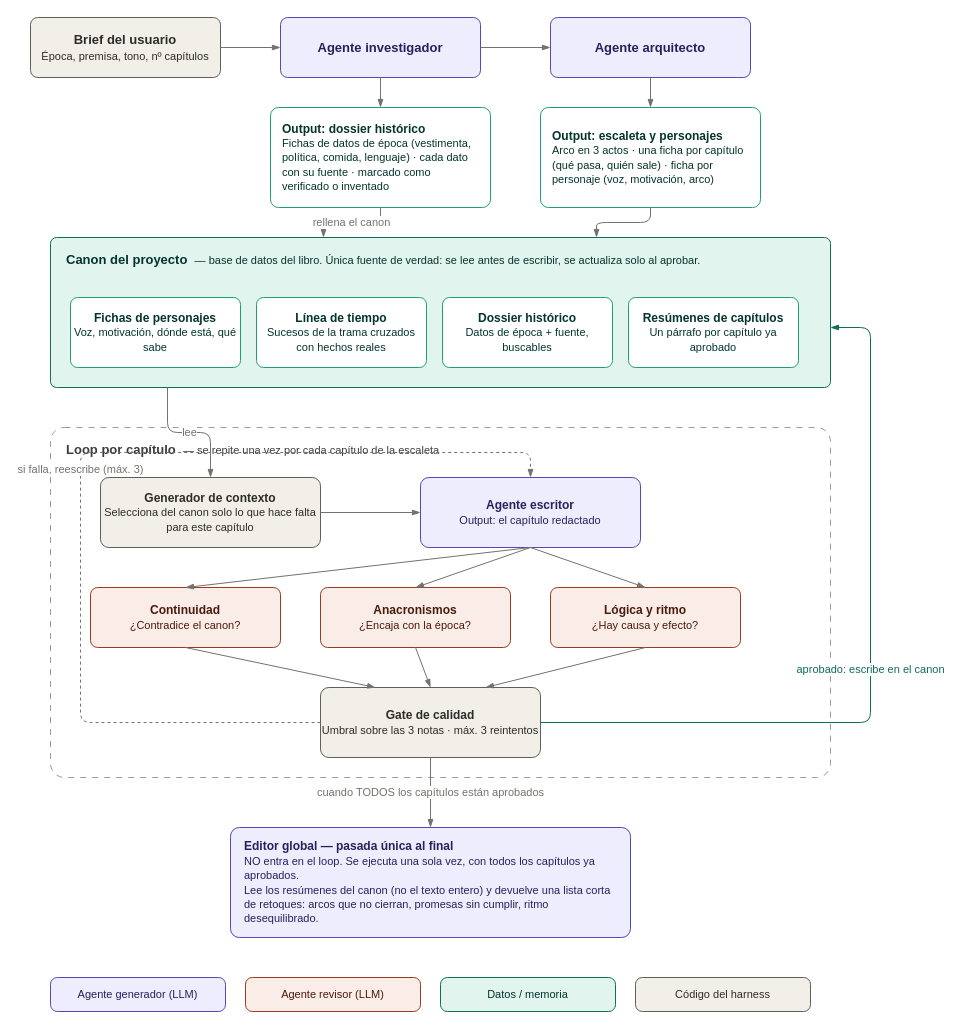
Above: docs/diagrama/sistema-novelas-historicas-v2.drawio in alvarofernandezqaracter/my-story-maker (draw.io), before the change. Source tidied: cells renumbered, new cells numbered last; positions are measured from the earlier drawing's top-left corner, leaving out a move shared by most shapes. Both pictures are drawn from the tidied source at 100%, with x=0, y=0 at pixel (30, 17).
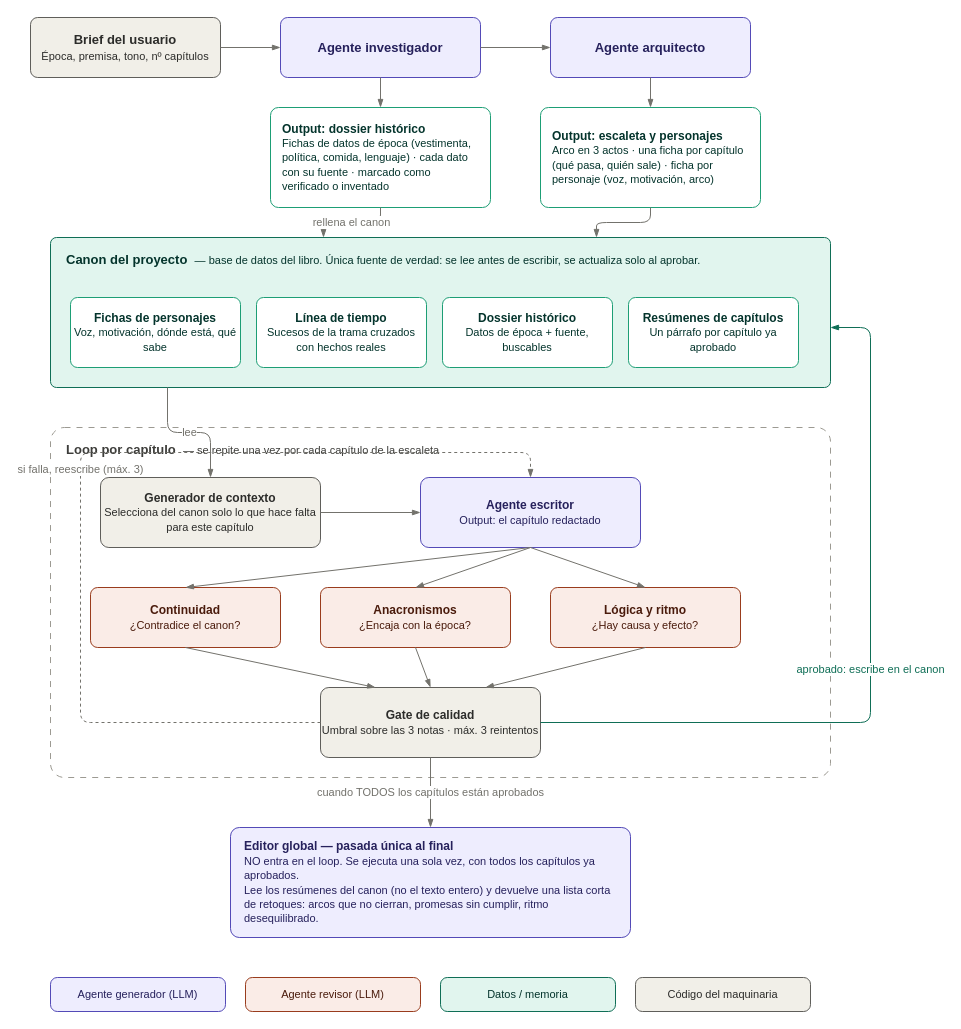
The same diagram, later.

Commit message (it also covers changes not shown here):
chore: los comentarios del codigo y el diagrama describen lo que hay

The edit, as a diff of the source:
```diff
@@
-    <mxCell id="23" value="Código del harness" style="rounded=1;arcSize=20;whiteSpace=wrap;html=1;fillColor=#F1EFE8;strokeColor=#5F5E5A;fontColor=#2C2C2A;fontSize=11;" parent="1" vertex="1">
+    <mxCell id="23" value="Código del maquinaria" style="rounded=1;arcSize=20;whiteSpace=wrap;html=1;fillColor=#F1EFE8;strokeColor=#5F5E5A;fontColor=#2C2C2A;fontSize=11;" parent="1" vertex="1">
       <mxGeometry x="605" y="960" width="175" height="34" as="geometry" />
     </mxCell>
```
